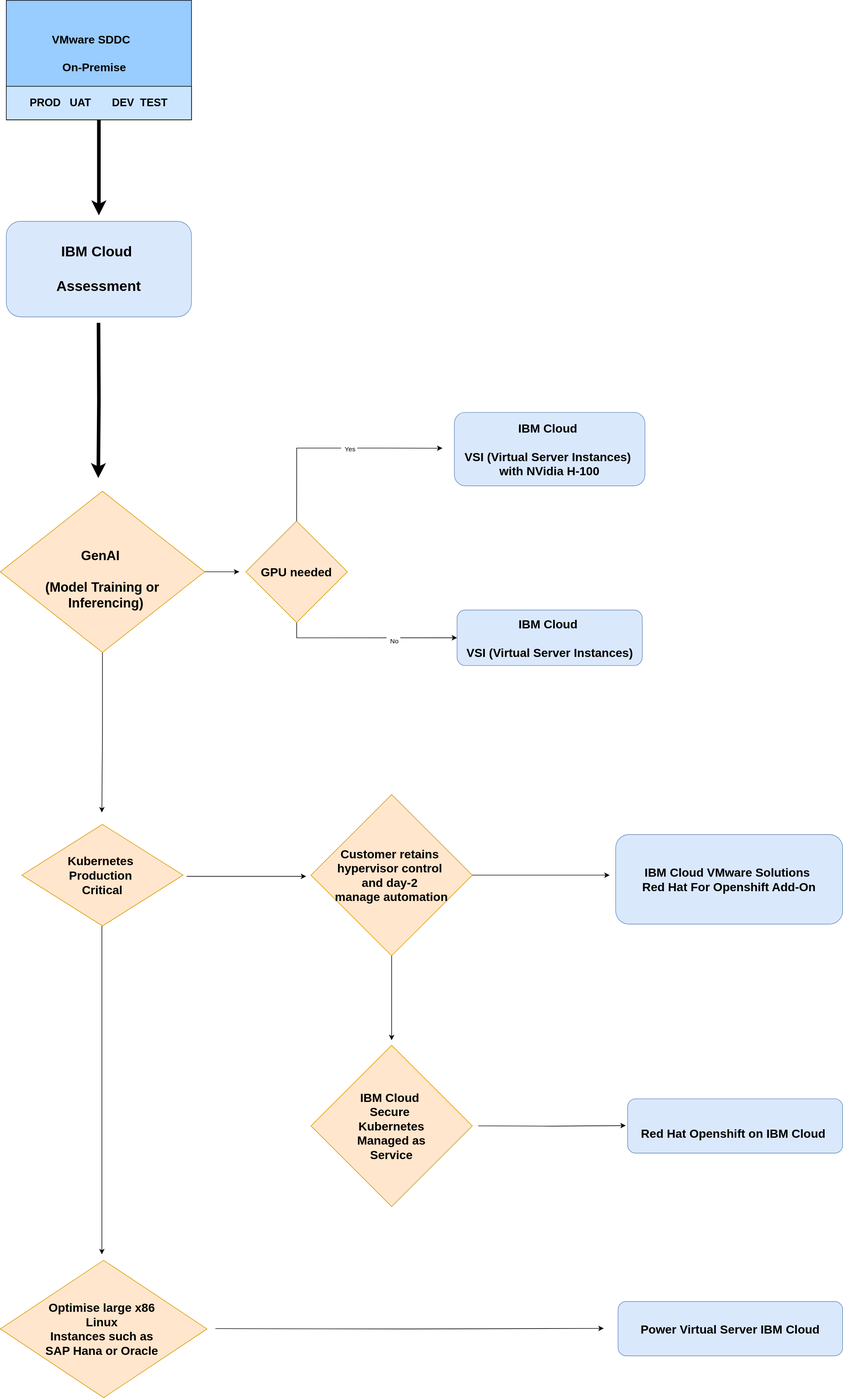
Earlier version of the draw.io export images/allinonedecisionoptimize.svg (ibm-cloud-docs/pattern-migration-options-vmware-workloads). Source tidied: cells renumbered, new cells last; positions are measured from the earlier drawing's top-left corner, leaving out a move shared by most shapes. Source of this version:
```xml
<mxGraphModel>
  <root>
    <mxCell id="0" />
    <mxCell id="1" parent="0" />
    <mxCell id="2" style="edgeStyle=orthogonalEdgeStyle;rounded=0;jettySize=auto;html=1;exitX=0.5;exitY=1;exitDx=0;exitDy=0;strokeWidth=6;" parent="1" edge="1" source="3">
      <mxGeometry relative="1" as="geometry">
        <mxPoint x="165" y="360" as="targetPoint" />
      </mxGeometry>
    </mxCell>
    <mxCell id="3" style="rounded=0;whiteSpace=wrap;html=1;fillColor=#99CCFF;" parent="1" vertex="1">
      <mxGeometry x="10" width="310" height="200" as="geometry" />
    </mxCell>
    <mxCell id="4" value="&lt;font style=&quot;font-size: 18px;&quot;&gt;&lt;b&gt;PROD&amp;nbsp; &amp;nbsp;UAT&amp;nbsp; &amp;nbsp; &amp;nbsp; &amp;nbsp;DEV&amp;nbsp; TEST&lt;/b&gt;&lt;/font&gt;" style="rounded=0;whiteSpace=wrap;html=1;labelPosition=center;verticalLabelPosition=middle;align=center;verticalAlign=middle;fillColor=#CCE5FF;" parent="1" vertex="1">
      <mxGeometry x="10" y="144" width="310" height="56" as="geometry" />
    </mxCell>
    <mxCell id="5" value="&lt;b style=&quot;font-size: 19px;&quot;&gt;&lt;font style=&quot;font-size: 19px;&quot;&gt;VMware SDDC&amp;nbsp;&lt;/font&gt;&lt;/b&gt;&lt;div style=&quot;font-size: 19px;&quot;&gt;&lt;b style=&quot;&quot;&gt;&lt;font style=&quot;font-size: 19px;&quot;&gt;&lt;br&gt;&lt;/font&gt;&lt;/b&gt;&lt;div style=&quot;&quot;&gt;&lt;b style=&quot;&quot;&gt;&lt;font style=&quot;font-size: 19px;&quot;&gt;&amp;nbsp;On-Premise&lt;/font&gt;&lt;/b&gt;&lt;/div&gt;&lt;/div&gt;" style="rounded=0;whiteSpace=wrap;html=1;labelPosition=center;verticalLabelPosition=middle;align=center;verticalAlign=middle;strokeColor=none;fillColor=#99CCFF;" parent="1" vertex="1">
      <mxGeometry x="50" y="75" width="210" height="30" as="geometry" />
    </mxCell>
    <mxCell id="6" value="&lt;b style=&quot;font-size: 20px;&quot;&gt;&lt;font style=&quot;font-size: 20px;&quot;&gt;IBM Cloud&amp;nbsp;&lt;/font&gt;&lt;/b&gt;&lt;div style=&quot;font-size: 20px;&quot;&gt;&lt;b&gt;&lt;font style=&quot;font-size: 20px;&quot;&gt;&lt;br&gt;&lt;/font&gt;&lt;/b&gt;&lt;/div&gt;&lt;div style=&quot;font-size: 20px;&quot;&gt;&lt;b style=&quot;&quot;&gt;&lt;font style=&quot;font-size: 20px;&quot;&gt;VSI (Virtual Server Instances)&amp;nbsp; with NVidia H-100&lt;/font&gt;&lt;/b&gt;&lt;/div&gt;" style="rounded=1;whiteSpace=wrap;html=1;fillColor=#dae8fc;strokeColor=#6c8ebf;" parent="1" vertex="1">
      <mxGeometry x="760" y="690" width="319" height="123" as="geometry" />
    </mxCell>
    <mxCell id="7" value="&lt;div style=&quot;font-size: 20px;&quot;&gt;&lt;font style=&quot;font-size: 20px;&quot;&gt;&lt;b&gt;Kubernetes&amp;nbsp;&lt;/b&gt;&lt;/font&gt;&lt;/div&gt;&lt;div style=&quot;font-size: 20px;&quot;&gt;&lt;font style=&quot;font-size: 20px;&quot;&gt;&lt;b&gt;Production&amp;nbsp;&lt;/b&gt;&lt;/font&gt;&lt;/div&gt;&lt;div style=&quot;font-size: 20px;&quot;&gt;&lt;font style=&quot;font-size: 20px;&quot;&gt;&lt;b&gt;Critical&lt;/b&gt;&lt;/font&gt;&lt;/div&gt;" style="rhombus;whiteSpace=wrap;html=1;fillColor=#ffe6cc;strokeColor=#d79b00;" parent="1" vertex="1">
      <mxGeometry x="36" y="1380" width="270" height="170" as="geometry" />
    </mxCell>
    <mxCell id="8" value="&lt;div style=&quot;font-size: 20px;&quot;&gt;&lt;b style=&quot;&quot;&gt;&lt;font style=&quot;font-size: 20px;&quot;&gt;&lt;br&gt;&lt;/font&gt;&lt;/b&gt;&lt;/div&gt;&lt;font style=&quot;font-size: 20px;&quot;&gt;&lt;b&gt;IBM Cloud VMware Solutions&lt;/b&gt;&lt;b style=&quot;background-color: initial;&quot;&gt;&amp;nbsp;&lt;/b&gt;&lt;/font&gt;&lt;div style=&quot;font-size: 20px;&quot;&gt;&lt;div style=&quot;&quot;&gt;&lt;b&gt;&lt;font style=&quot;font-size: 20px;&quot;&gt;Red Hat For Openshift Add-On&lt;/font&gt;&lt;/b&gt;&lt;/div&gt;&lt;div&gt;&lt;br&gt;&lt;/div&gt;&lt;/div&gt;" style="rounded=1;whiteSpace=wrap;html=1;fillColor=#dae8fc;strokeColor=#6c8ebf;" parent="1" vertex="1">
      <mxGeometry x="1030" y="1397" width="380" height="150" as="geometry" />
    </mxCell>
    <mxCell id="9" style="edgeStyle=orthogonalEdgeStyle;rounded=0;jettySize=auto;html=1;exitX=0.5;exitY=1;exitDx=0;exitDy=0;entryX=0;entryY=0.5;entryDx=0;entryDy=0;" parent="1" edge="1" source="11" target="14">
      <mxGeometry relative="1" as="geometry" />
    </mxCell>
    <mxCell id="10" value="&amp;nbsp; No&amp;nbsp;" style="edgeLabel;html=1;align=center;verticalAlign=middle;" parent="9" vertex="1">
      <mxGeometry x="0.26" y="-3" relative="1" as="geometry">
        <mxPoint y="1" as="offset" />
      </mxGeometry>
    </mxCell>
    <mxCell id="11" value="&lt;div&gt;&lt;font style=&quot;font-size: 20px;&quot;&gt;&lt;b&gt;GPU needed&lt;/b&gt;&lt;/font&gt;&lt;/div&gt;" style="rhombus;whiteSpace=wrap;html=1;fillColor=#ffe6cc;strokeColor=#d79b00;" parent="1" vertex="1">
      <mxGeometry x="411" y="872" width="170" height="170" as="geometry" />
    </mxCell>
    <mxCell id="12" style="edgeStyle=orthogonalEdgeStyle;rounded=0;jettySize=auto;html=1;exitX=0.5;exitY=0;exitDx=0;exitDy=0;" parent="1" edge="1" source="11">
      <mxGeometry relative="1" as="geometry">
        <mxPoint x="740" y="750" as="targetPoint" />
        <Array as="points">
          <mxPoint x="496" y="750" />
          <mxPoint x="640" y="750" />
        </Array>
      </mxGeometry>
    </mxCell>
    <mxCell id="13" value="&amp;nbsp; Yes&amp;nbsp;" style="edgeLabel;html=1;align=center;verticalAlign=middle;" parent="12" vertex="1">
      <mxGeometry x="0.15" y="-1" relative="1" as="geometry" />
    </mxCell>
    <mxCell id="14" value="&lt;b style=&quot;font-size: 20px;&quot;&gt;&lt;font style=&quot;font-size: 20px;&quot;&gt;IBM Cloud&amp;nbsp;&lt;/font&gt;&lt;/b&gt;&lt;div style=&quot;font-size: 20px;&quot;&gt;&lt;b&gt;&lt;font style=&quot;font-size: 20px;&quot;&gt;&lt;br&gt;&lt;/font&gt;&lt;/b&gt;&lt;/div&gt;&lt;div style=&quot;font-size: 20px;&quot;&gt;&lt;b style=&quot;&quot;&gt;&lt;font style=&quot;font-size: 20px;&quot;&gt;VSI (Virtual Server Instances)&lt;/font&gt;&lt;/b&gt;&lt;/div&gt;" style="rounded=1;whiteSpace=wrap;html=1;fillColor=#dae8fc;strokeColor=#6c8ebf;" parent="1" vertex="1">
      <mxGeometry x="764.5" y="1021" width="310" height="93" as="geometry" />
    </mxCell>
    <mxCell id="15" style="edgeStyle=orthogonalEdgeStyle;rounded=0;jettySize=auto;html=1;exitX=1;exitY=0.5;exitDx=0;exitDy=0;" parent="1" edge="1" source="17">
      <mxGeometry relative="1" as="geometry">
        <mxPoint x="400" y="957" as="targetPoint" />
      </mxGeometry>
    </mxCell>
    <mxCell id="16" style="edgeStyle=orthogonalEdgeStyle;rounded=0;jettySize=auto;html=1;exitX=0.5;exitY=1;exitDx=0;exitDy=0;" parent="1" edge="1" source="17">
      <mxGeometry relative="1" as="geometry">
        <mxPoint x="170" y="1360" as="targetPoint" />
      </mxGeometry>
    </mxCell>
    <mxCell id="17" value="&lt;font style=&quot;font-size: 22px;&quot;&gt;&lt;br&gt;&lt;/font&gt;&lt;div style=&quot;font-size: 22px;&quot;&gt;&lt;b style=&quot;&quot;&gt;&lt;font style=&quot;font-size: 22px;&quot;&gt;GenAI&amp;nbsp;&lt;/font&gt;&lt;/b&gt;&lt;/div&gt;&lt;div style=&quot;font-size: 22px;&quot;&gt;&lt;b style=&quot;&quot;&gt;&lt;font style=&quot;font-size: 22px;&quot;&gt;&lt;br&gt;&lt;/font&gt;&lt;/b&gt;&lt;/div&gt;&lt;div style=&quot;font-size: 22px;&quot;&gt;&lt;b style=&quot;&quot;&gt;&lt;font style=&quot;font-size: 22px;&quot;&gt;(Model Training or&lt;/font&gt;&lt;/b&gt;&lt;/div&gt;&lt;div style=&quot;font-size: 22px;&quot;&gt;&lt;b style=&quot;&quot;&gt;&lt;font style=&quot;font-size: 22px;&quot;&gt;&amp;nbsp; Inferencing)&lt;/font&gt;&lt;/b&gt;&lt;/div&gt;" style="rhombus;whiteSpace=wrap;html=1;fillColor=#ffe6cc;strokeColor=#d79b00;" parent="1" vertex="1">
      <mxGeometry y="822" width="342" height="270" as="geometry" />
    </mxCell>
    <mxCell id="18" value="&lt;b&gt;&lt;font style=&quot;font-size: 20px;&quot;&gt;Customer retains&amp;nbsp; hypervisor control&amp;nbsp;&lt;/font&gt;&lt;/b&gt;&lt;div&gt;&lt;b&gt;&lt;font style=&quot;font-size: 20px;&quot;&gt;and day-2&amp;nbsp;&lt;/font&gt;&lt;/b&gt;&lt;/div&gt;&lt;div&gt;&lt;b&gt;&lt;font style=&quot;font-size: 20px;&quot;&gt;manage automation&lt;/font&gt;&lt;/b&gt;&lt;/div&gt;" style="rhombus;whiteSpace=wrap;html=1;fillColor=#ffe6cc;strokeColor=#d79b00;" parent="1" vertex="1">
      <mxGeometry x="520" y="1330" width="270" height="270" as="geometry" />
    </mxCell>
    <mxCell id="19" value="&lt;div style=&quot;font-size: 20px;&quot;&gt;&lt;b style=&quot;&quot;&gt;&lt;font style=&quot;font-size: 20px;&quot;&gt;&lt;br&gt;&lt;/font&gt;&lt;/b&gt;&lt;/div&gt;&lt;div style=&quot;font-size: 20px;&quot;&gt;&lt;b style=&quot;&quot;&gt;&lt;font style=&quot;font-size: 20px;&quot;&gt;Red Hat Openshift on IBM Cloud&amp;nbsp;&lt;/font&gt;&lt;/b&gt;&lt;/div&gt;" style="rounded=1;whiteSpace=wrap;html=1;fillColor=#dae8fc;strokeColor=#6c8ebf;" parent="1" vertex="1">
      <mxGeometry x="1050" y="1839.5" width="360" height="91" as="geometry" />
    </mxCell>
    <mxCell id="20" style="edgeStyle=orthogonalEdgeStyle;rounded=0;orthogonalLoop=1;jettySize=auto;html=1;entryX=0;entryY=0.5;entryDx=0;entryDy=0;" parent="1" edge="1">
      <mxGeometry relative="1" as="geometry">
        <mxPoint x="312" y="1467" as="sourcePoint" />
        <mxPoint x="512" y="1467" as="targetPoint" />
      </mxGeometry>
    </mxCell>
    <mxCell id="21" style="edgeStyle=orthogonalEdgeStyle;rounded=0;jettySize=auto;html=1;exitX=0.5;exitY=1;exitDx=0;exitDy=0;entryX=0.5;entryY=-0.039;entryDx=0;entryDy=0;entryPerimeter=0;" parent="1" edge="1" source="18">
      <mxGeometry relative="1" as="geometry">
        <mxPoint x="655" y="1741.4" as="targetPoint" />
      </mxGeometry>
    </mxCell>
    <mxCell id="22" style="edgeStyle=orthogonalEdgeStyle;rounded=0;jettySize=auto;html=1;exitX=1;exitY=0.5;exitDx=0;exitDy=0;" parent="1" edge="1" source="18">
      <mxGeometry relative="1" as="geometry">
        <mxPoint x="1020" y="1465" as="targetPoint" />
      </mxGeometry>
    </mxCell>
    <mxCell id="23" style="edgeStyle=orthogonalEdgeStyle;rounded=0;orthogonalLoop=1;jettySize=auto;html=1;entryX=-0.01;entryY=0.61;entryDx=0;entryDy=0;entryPerimeter=0;" parent="1" edge="1">
      <mxGeometry relative="1" as="geometry">
        <mxPoint x="800" y="1884.9" as="sourcePoint" />
        <mxPoint x="1046.9" y="1884.4" as="targetPoint" />
      </mxGeometry>
    </mxCell>
    <mxCell id="24" style="edgeStyle=orthogonalEdgeStyle;rounded=0;orthogonalLoop=1;jettySize=auto;html=1;exitX=1;exitY=0.5;exitDx=0;exitDy=0;" parent="1" edge="1">
      <mxGeometry relative="1" as="geometry">
        <mxPoint x="360" y="2224.4" as="sourcePoint" />
        <mxPoint x="1010" y="2224" as="targetPoint" />
      </mxGeometry>
    </mxCell>
    <mxCell id="25" value="&lt;div style=&quot;font-size: 20px;&quot;&gt;&lt;font style=&quot;font-size: 20px;&quot;&gt;&lt;b&gt;Optimise large x86&amp;nbsp;&lt;/b&gt;&lt;/font&gt;&lt;/div&gt;&lt;div style=&quot;font-size: 20px;&quot;&gt;&lt;font style=&quot;font-size: 20px;&quot;&gt;&lt;b&gt;Linux&amp;nbsp;&lt;/b&gt;&lt;/font&gt;&lt;/div&gt;&lt;div style=&quot;font-size: 20px;&quot;&gt;&lt;font style=&quot;font-size: 20px;&quot;&gt;&lt;b&gt;Instances such as&amp;nbsp;&lt;/b&gt;&lt;/font&gt;&lt;/div&gt;&lt;div style=&quot;font-size: 20px;&quot;&gt;&lt;font style=&quot;font-size: 20px;&quot;&gt;&lt;b&gt;SAP Hana or Oracle&amp;nbsp;&lt;/b&gt;&lt;/font&gt;&lt;/div&gt;" style="rhombus;whiteSpace=wrap;html=1;fillColor=#ffe6cc;strokeColor=#d79b00;" parent="1" vertex="1">
      <mxGeometry y="2110" width="346" height="230" as="geometry" />
    </mxCell>
    <mxCell id="26" value="&lt;font style=&quot;font-size: 20px;&quot;&gt;&lt;b&gt;Power Virtual Server IBM Cloud&lt;/b&gt;&lt;/font&gt;" style="rounded=1;whiteSpace=wrap;html=1;fillColor=#dae8fc;strokeColor=#6c8ebf;" parent="1" vertex="1">
      <mxGeometry x="1034" y="2179" width="376" height="91" as="geometry" />
    </mxCell>
    <mxCell id="27" style="edgeStyle=orthogonalEdgeStyle;rounded=0;orthogonalLoop=1;jettySize=auto;html=1;" parent="1" edge="1">
      <mxGeometry relative="1" as="geometry">
        <mxPoint x="170" y="1550" as="sourcePoint" />
        <mxPoint x="170" y="2100" as="targetPoint" />
      </mxGeometry>
    </mxCell>
    <mxCell id="28" value="&lt;b style=&quot;font-size: 20px;&quot;&gt;IBM Cloud&amp;nbsp;&lt;/b&gt;&lt;div&gt;&lt;b style=&quot;font-size: 20px;&quot;&gt;Secure&amp;nbsp;&lt;/b&gt;&lt;div style=&quot;font-size: 20px;&quot;&gt;&lt;b&gt;Kubernetes&lt;/b&gt;&lt;/div&gt;&lt;/div&gt;&lt;div style=&quot;font-size: 20px;&quot;&gt;&lt;b&gt;Managed as&lt;/b&gt;&lt;/div&gt;&lt;div style=&quot;font-size: 20px;&quot;&gt;&lt;b&gt;Service&lt;/b&gt;&lt;/div&gt;" style="rhombus;whiteSpace=wrap;html=1;fillColor=#ffe6cc;strokeColor=#d79b00;" parent="1" vertex="1">
      <mxGeometry x="520" y="1750" width="270" height="270" as="geometry" />
    </mxCell>
    <mxCell id="29" value="&lt;font style=&quot;font-size: 24px;&quot;&gt;&lt;b&gt;IBM Cloud&amp;nbsp;&lt;/b&gt;&lt;/font&gt;&lt;div style=&quot;font-size: 24px;&quot;&gt;&lt;font style=&quot;font-size: 24px;&quot;&gt;&lt;b&gt;&lt;br&gt;&lt;/b&gt;&lt;/font&gt;&lt;/div&gt;&lt;div style=&quot;font-size: 24px;&quot;&gt;&lt;font style=&quot;font-size: 24px;&quot;&gt;&lt;b&gt;Assessment&lt;/b&gt;&lt;/font&gt;&lt;/div&gt;" style="rounded=1;whiteSpace=wrap;html=1;fillColor=#dae8fc;strokeColor=#6c8ebf;" parent="1" vertex="1">
      <mxGeometry x="10" y="370" width="310" height="160" as="geometry" />
    </mxCell>
    <mxCell id="30" style="edgeStyle=orthogonalEdgeStyle;rounded=0;orthogonalLoop=1;jettySize=auto;html=1;exitX=0.5;exitY=1;exitDx=0;exitDy=0;strokeWidth=6;" parent="1" edge="1">
      <mxGeometry relative="1" as="geometry">
        <mxPoint x="164.4" y="540" as="sourcePoint" />
        <mxPoint x="164" y="800" as="targetPoint" />
      </mxGeometry>
    </mxCell>
  </root>
</mxGraphModel>
```
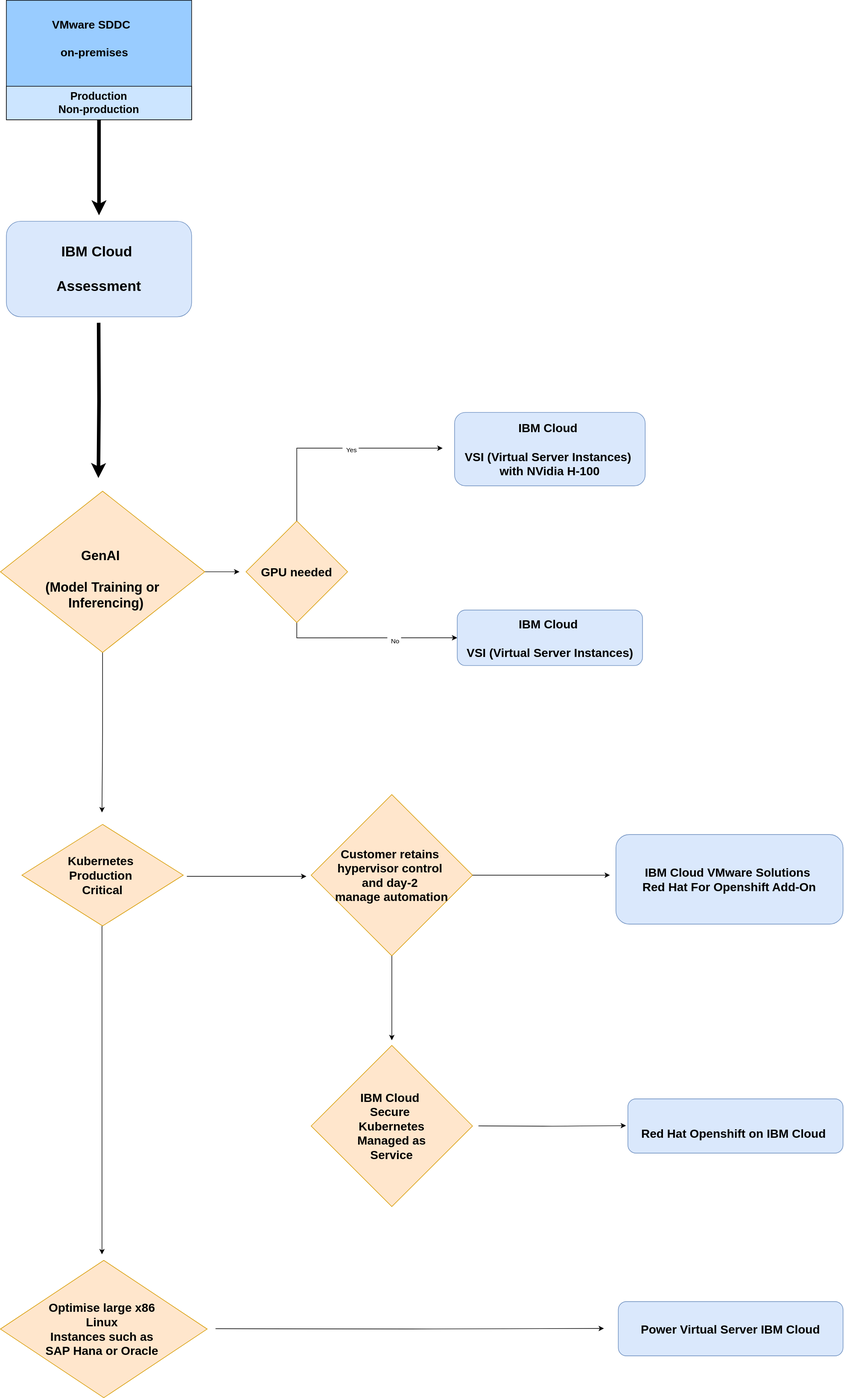
The same file after the commit.

Change to the diagram source:
```diff
@@ -10,11 +10,11 @@
     <mxCell id="3" style="rounded=0;whiteSpace=wrap;html=1;fillColor=#99CCFF;" parent="1" vertex="1">
       <mxGeometry x="10" width="310" height="200" as="geometry" />
     </mxCell>
-    <mxCell id="4" value="&lt;font style=&quot;font-size: 18px;&quot;&gt;&lt;b&gt;PROD&amp;nbsp; &amp;nbsp;UAT&amp;nbsp; &amp;nbsp; &amp;nbsp; &amp;nbsp;DEV&amp;nbsp; TEST&lt;/b&gt;&lt;/font&gt;" style="rounded=0;whiteSpace=wrap;html=1;labelPosition=center;verticalLabelPosition=middle;align=center;verticalAlign=middle;fillColor=#CCE5FF;" parent="1" vertex="1">
+    <mxCell id="4" value="&lt;font style=&quot;font-size: 18px;&quot;&gt;&lt;b&gt;Production&lt;/b&gt;&lt;/font&gt;&lt;div&gt;&lt;font style=&quot;font-size: 18px;&quot;&gt;&lt;b&gt;Non-production&lt;/b&gt;&lt;/font&gt;&lt;/div&gt;" style="rounded=0;whiteSpace=wrap;html=1;labelPosition=center;verticalLabelPosition=middle;align=center;verticalAlign=middle;fillColor=#CCE5FF;" parent="1" vertex="1">
       <mxGeometry x="10" y="144" width="310" height="56" as="geometry" />
     </mxCell>
-    <mxCell id="5" value="&lt;b style=&quot;font-size: 19px;&quot;&gt;&lt;font style=&quot;font-size: 19px;&quot;&gt;VMware SDDC&amp;nbsp;&lt;/font&gt;&lt;/b&gt;&lt;div style=&quot;font-size: 19px;&quot;&gt;&lt;b style=&quot;&quot;&gt;&lt;font style=&quot;font-size: 19px;&quot;&gt;&lt;br&gt;&lt;/font&gt;&lt;/b&gt;&lt;div style=&quot;&quot;&gt;&lt;b style=&quot;&quot;&gt;&lt;font style=&quot;font-size: 19px;&quot;&gt;&amp;nbsp;On-Premise&lt;/font&gt;&lt;/b&gt;&lt;/div&gt;&lt;/div&gt;" style="rounded=0;whiteSpace=wrap;html=1;labelPosition=center;verticalLabelPosition=middle;align=center;verticalAlign=middle;strokeColor=none;fillColor=#99CCFF;" parent="1" vertex="1">
-      <mxGeometry x="50" y="75" width="210" height="30" as="geometry" />
+    <mxCell id="5" value="&lt;b style=&quot;font-size: 19px;&quot;&gt;&lt;font style=&quot;font-size: 19px;&quot;&gt;VMware SDDC&amp;nbsp;&lt;/font&gt;&lt;/b&gt;&lt;div style=&quot;font-size: 19px;&quot;&gt;&lt;b style=&quot;&quot;&gt;&lt;font style=&quot;font-size: 19px;&quot;&gt;&lt;br&gt;&lt;/font&gt;&lt;/b&gt;&lt;div style=&quot;&quot;&gt;&lt;b style=&quot;&quot;&gt;&lt;font style=&quot;font-size: 19px;&quot;&gt;&amp;nbsp;on-premises&lt;/font&gt;&lt;/b&gt;&lt;/div&gt;&lt;/div&gt;" style="rounded=0;whiteSpace=wrap;html=1;labelPosition=center;verticalLabelPosition=middle;align=center;verticalAlign=middle;strokeColor=none;fillColor=#99CCFF;" parent="1" vertex="1">
+      <mxGeometry x="50" y="50" width="210" height="30" as="geometry" />
     </mxCell>
     <mxCell id="6" value="&lt;b style=&quot;font-size: 20px;&quot;&gt;&lt;font style=&quot;font-size: 20px;&quot;&gt;IBM Cloud&amp;nbsp;&lt;/font&gt;&lt;/b&gt;&lt;div style=&quot;font-size: 20px;&quot;&gt;&lt;b&gt;&lt;font style=&quot;font-size: 20px;&quot;&gt;&lt;br&gt;&lt;/font&gt;&lt;/b&gt;&lt;/div&gt;&lt;div style=&quot;font-size: 20px;&quot;&gt;&lt;b style=&quot;&quot;&gt;&lt;font style=&quot;font-size: 20px;&quot;&gt;VSI (Virtual Server Instances)&amp;nbsp; with NVidia H-100&lt;/font&gt;&lt;/b&gt;&lt;/div&gt;" style="rounded=1;whiteSpace=wrap;html=1;fillColor=#dae8fc;strokeColor=#6c8ebf;" parent="1" vertex="1">
       <mxGeometry x="760" y="690" width="319" height="123" as="geometry" />
```
